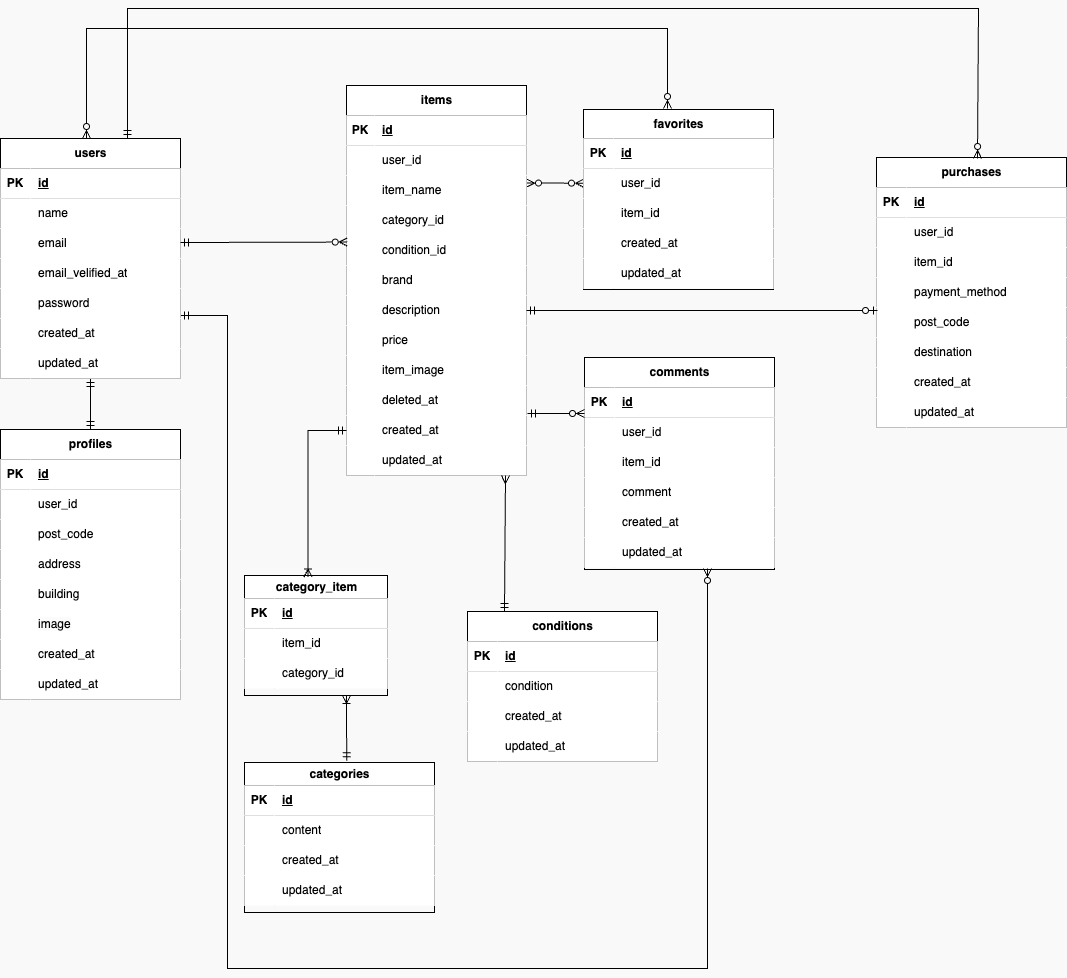
Above: index.png in okumurachie/Flea-market (draw.io), before the change. Source tidied: cells renumbered, new cells last; positions are measured from the earlier drawing's top-left corner, leaving out a move shared by most shapes.
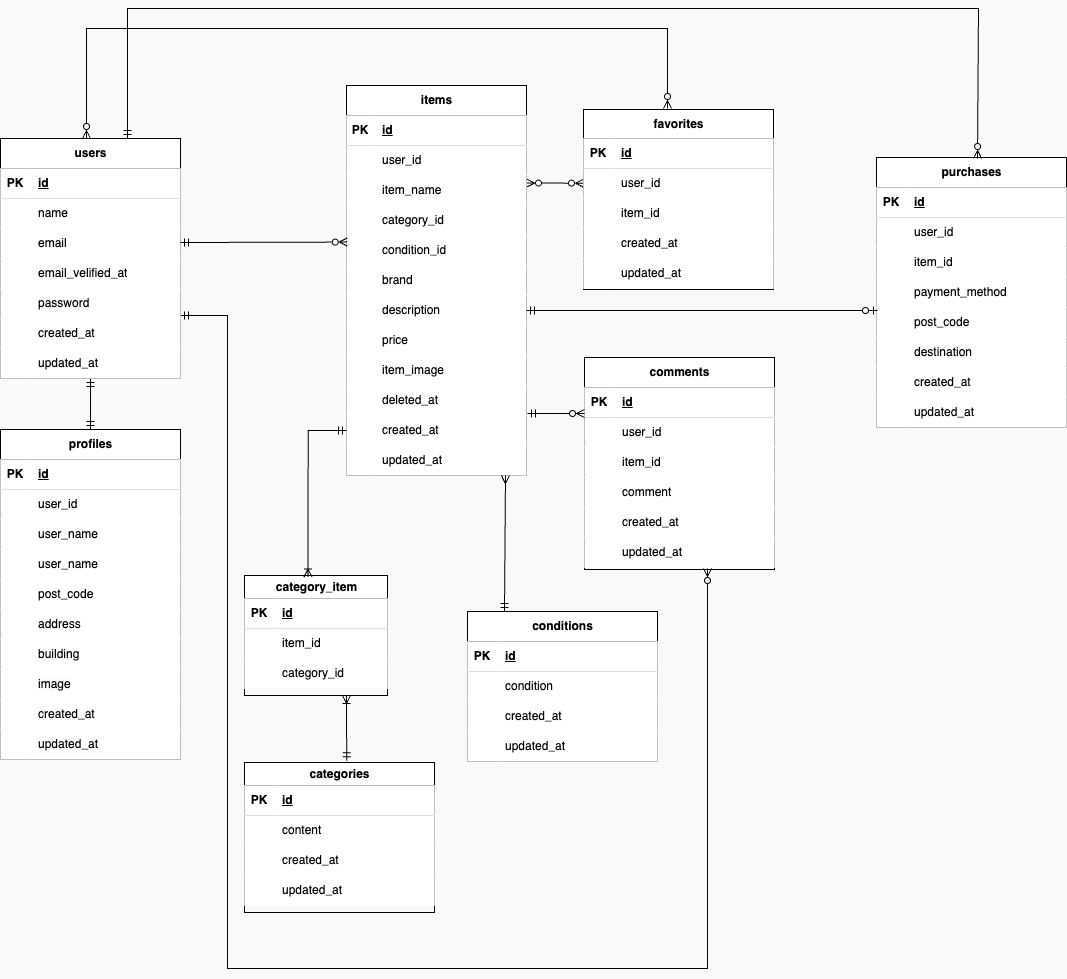
After the commit.

Change to the diagram source:
```diff
@@ -465,7 +465,7 @@
       <mxGeometry x="30" width="160" height="30" as="geometry" />
     </mxCell>
     <mxCell id="151" value="&lt;span style=&quot;color: rgb(0, 0, 0);&quot;&gt;profiles&lt;/span&gt;" style="shape=table;startSize=30;rowLines=0;fontStyle=1;align=center;html=1;" parent="1" vertex="1">
-      <mxGeometry y="421" width="180" height="270" as="geometry" />
+      <mxGeometry y="421" width="180" height="330" as="geometry" />
     </mxCell>
     <mxCell id="152" style="shape=tableRow;horizontal=0;startSize=0;swimlaneHead=0;swimlaneBody=0;fillColor=#FFFFFF;top=0;left=0;right=0;bottom=1;" parent="151" vertex="1">
       <mxGeometry y="30" width="180" height="30" as="geometry" />
@@ -485,8 +485,26 @@
     <mxCell id="157" value="&lt;span style=&quot;color: rgb(0, 0, 0);&quot;&gt;user_id&lt;/span&gt;" style="shape=partialRectangle;fillColor=#FFFFFF;top=0;left=0;bottom=0;right=0;align=left;spacingLeft=6;overflow=hidden;whiteSpace=wrap;html=1;" parent="155" vertex="1">
       <mxGeometry x="30" width="150" height="30" as="geometry" />
     </mxCell>
+    <mxCell id="193" style="shape=tableRow;horizontal=0;startSize=0;swimlaneHead=0;swimlaneBody=0;fillColor=#FFFFFF;top=0;left=0;right=0;bottom=0;" parent="151" vertex="1">
+      <mxGeometry y="90" width="180" height="30" as="geometry" />
+    </mxCell>
+    <mxCell id="194" style="shape=partialRectangle;fillColor=#FFFFFF;top=0;left=0;bottom=0;right=0;overflow=hidden;whiteSpace=wrap;html=1;" parent="193" vertex="1">
+      <mxGeometry width="30" height="30" as="geometry" />
+    </mxCell>
+    <mxCell id="195" value="user_name" style="shape=partialRectangle;fillColor=#FFFFFF;top=0;left=0;bottom=0;right=0;align=left;spacingLeft=6;overflow=hidden;whiteSpace=wrap;html=1;" parent="193" vertex="1">
+      <mxGeometry x="30" width="150" height="30" as="geometry" />
+    </mxCell>
+    <mxCell id="196" style="shape=tableRow;horizontal=0;startSize=0;swimlaneHead=0;swimlaneBody=0;fillColor=#FFFFFF;top=0;left=0;right=0;bottom=0;" parent="151" vertex="1">
+      <mxGeometry y="120" width="180" height="30" as="geometry" />
+    </mxCell>
+    <mxCell id="197" style="shape=partialRectangle;fillColor=#FFFFFF;top=0;left=0;bottom=0;right=0;overflow=hidden;whiteSpace=wrap;html=1;" parent="196" vertex="1">
+      <mxGeometry width="30" height="30" as="geometry" />
+    </mxCell>
+    <mxCell id="198" value="user_name" style="shape=partialRectangle;fillColor=#FFFFFF;top=0;left=0;bottom=0;right=0;align=left;spacingLeft=6;overflow=hidden;whiteSpace=wrap;html=1;" parent="196" vertex="1">
+      <mxGeometry x="30" width="150" height="30" as="geometry" />
+    </mxCell>
     <mxCell id="158" style="shape=tableRow;horizontal=0;startSize=0;swimlaneHead=0;swimlaneBody=0;fillColor=#FFFFFF;top=0;left=0;right=0;bottom=0;" parent="151" vertex="1">
-      <mxGeometry y="90" width="180" height="30" as="geometry" />
+      <mxGeometry y="150" width="180" height="30" as="geometry" />
     </mxCell>
     <mxCell id="159" style="shape=partialRectangle;fillColor=#FFFFFF;top=0;left=0;bottom=0;right=0;overflow=hidden;whiteSpace=wrap;html=1;" parent="158" vertex="1">
       <mxGeometry width="30" height="30" as="geometry" />
@@ -495,7 +513,7 @@
       <mxGeometry x="30" width="150" height="30" as="geometry" />
     </mxCell>
     <mxCell id="161" style="shape=tableRow;horizontal=0;startSize=0;swimlaneHead=0;swimlaneBody=0;fillColor=#FFFFFF;top=0;left=0;right=0;bottom=0;" parent="151" vertex="1">
-      <mxGeometry y="120" width="180" height="30" as="geometry" />
+      <mxGeometry y="180" width="180" height="30" as="geometry" />
     </mxCell>
     <mxCell id="162" style="shape=partialRectangle;fillColor=#FFFFFF;top=0;left=0;bottom=0;right=0;overflow=hidden;whiteSpace=wrap;html=1;" parent="161" vertex="1">
       <mxGeometry width="30" height="30" as="geometry" />
@@ -504,7 +522,7 @@
       <mxGeometry x="30" width="150" height="30" as="geometry" />
     </mxCell>
     <mxCell id="164" style="shape=tableRow;horizontal=0;startSize=0;swimlaneHead=0;swimlaneBody=0;fillColor=#FFFFFF;top=0;left=0;right=0;bottom=0;" parent="151" vertex="1">
-      <mxGeometry y="150" width="180" height="30" as="geometry" />
+      <mxGeometry y="210" width="180" height="30" as="geometry" />
     </mxCell>
     <mxCell id="165" style="shape=partialRectangle;fillColor=#FFFFFF;top=0;left=0;bottom=0;right=0;overflow=hidden;whiteSpace=wrap;html=1;" parent="164" vertex="1">
       <mxGeometry width="30" height="30" as="geometry" />
@@ -513,7 +531,7 @@
       <mxGeometry x="30" width="150" height="30" as="geometry" />
     </mxCell>
     <mxCell id="167" style="shape=tableRow;horizontal=0;startSize=0;swimlaneHead=0;swimlaneBody=0;fillColor=#FFFFFF;top=0;left=0;right=0;bottom=0;" parent="151" vertex="1">
-      <mxGeometry y="180" width="180" height="30" as="geometry" />
+      <mxGeometry y="240" width="180" height="30" as="geometry" />
     </mxCell>
     <mxCell id="168" style="shape=partialRectangle;fillColor=#FFFFFF;top=0;left=0;bottom=0;right=0;overflow=hidden;whiteSpace=wrap;html=1;" parent="167" vertex="1">
       <mxGeometry width="30" height="30" as="geometry" />
@@ -522,7 +540,7 @@
       <mxGeometry x="30" width="150" height="30" as="geometry" />
     </mxCell>
     <mxCell id="170" style="shape=tableRow;horizontal=0;startSize=0;swimlaneHead=0;swimlaneBody=0;fillColor=#FFFFFF;top=0;left=0;right=0;bottom=0;" parent="151" vertex="1">
-      <mxGeometry y="210" width="180" height="30" as="geometry" />
+      <mxGeometry y="270" width="180" height="30" as="geometry" />
     </mxCell>
     <mxCell id="171" style="shape=partialRectangle;fillColor=#FFFFFF;top=0;left=0;bottom=0;right=0;overflow=hidden;whiteSpace=wrap;html=1;" parent="170" vertex="1">
       <mxGeometry width="30" height="30" as="geometry" />
@@ -531,7 +549,7 @@
       <mxGeometry x="30" width="150" height="30" as="geometry" />
     </mxCell>
     <mxCell id="173" style="shape=tableRow;horizontal=0;startSize=0;swimlaneHead=0;swimlaneBody=0;fillColor=#FFFFFF;top=0;left=0;right=0;bottom=0;" parent="151" vertex="1">
-      <mxGeometry y="240" width="180" height="30" as="geometry" />
+      <mxGeometry y="300" width="180" height="30" as="geometry" />
     </mxCell>
     <mxCell id="174" style="shape=partialRectangle;fillColor=#FFFFFF;top=0;left=0;bottom=0;right=0;overflow=hidden;whiteSpace=wrap;html=1;" parent="173" vertex="1">
       <mxGeometry width="30" height="30" as="geometry" />
```
